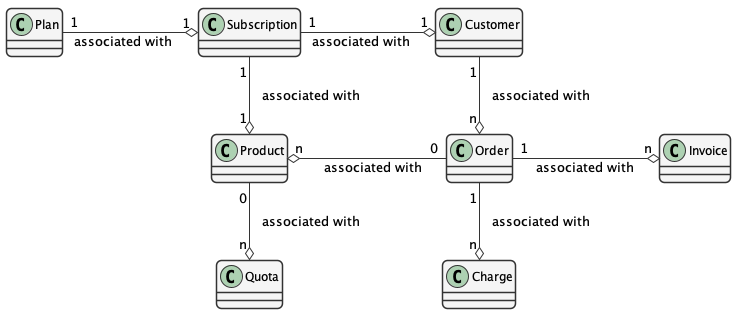
Before: images/overview.png, a diagram exported from PlantUML (csjx/d1-membership-plan-mgmt).
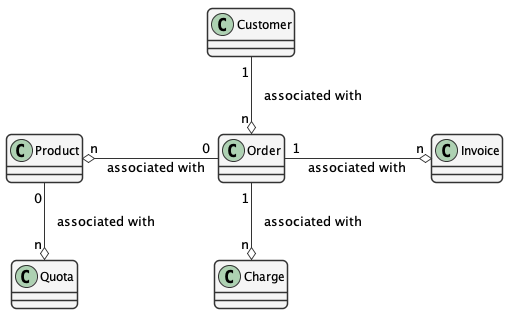
The same file after the commit.

The edit, as a diff of the source:
```diff
@@ -30,11 +30,7 @@
         BorderColor #CCCCCC
       }
 
-class Plan {
-}
 class Product {
-}
-class Subscription {
 }
 class Customer {
 }
@@ -47,9 +43,6 @@
 class Quota {
 }
 
-Subscription "1" --o "1" Product : "   associated with"
-Plan "1" -left-o "1" Subscription : "associated with"
-Customer "1" o-left- "1" Subscription : "associated with"
 Customer "1" --o "n" Order : "   associated with"
 Order "0" -right-o "n" Product : "associated with"
 Order "1" -up-o "n" Charge : "   associated with"
```
